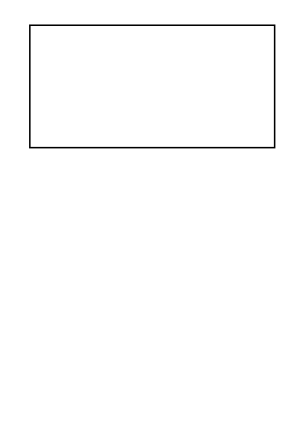
nepagroup/agents keeps this draw.io diagram as docs/aiagents.drawio. Above is the earlier version. Source tidied: cells renumbered, new cells numbered last; positions are measured from the earlier drawing's top-left corner, leaving out a move shared by most shapes. Both pictures are drawn from the tidied source at 153%, with x=0, y=0 at pixel (29, 24).
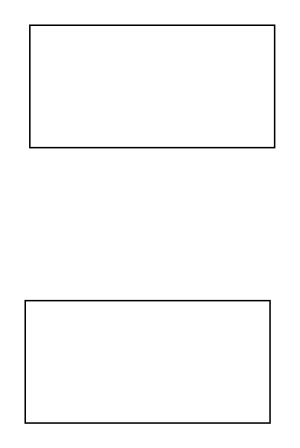
The same page after the edit.

What changed in the source:
```diff
@@
 <mxGraphModel>
   <root>
     <mxCell id="0" />
     <mxCell id="1" parent="0" />
     <mxCell id="2" style="rounded=0;whiteSpace=wrap;html=1;fontFamily=Architects Daughter;" parent="1" vertex="1">
       <mxGeometry width="160" height="80" as="geometry" />
     </mxCell>
+    <mxCell id="3" style="rounded=0;whiteSpace=wrap;html=1;fontFamily=Architects Daughter;" parent="1" vertex="1">
+      <mxGeometry x="-3" y="180" width="160" height="80" as="geometry" />
+    </mxCell>
   </root>
 </mxGraphModel>
```
